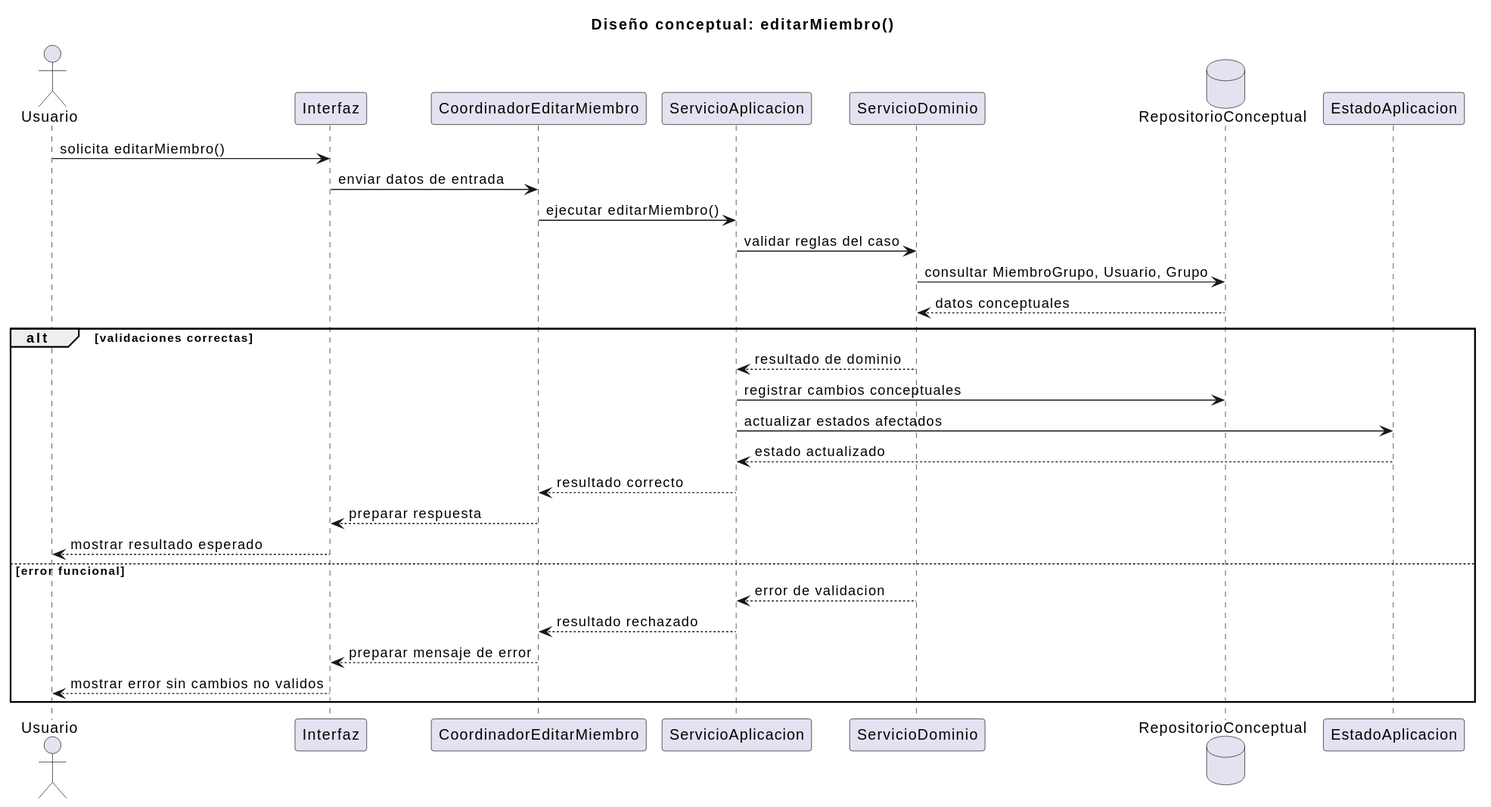
inigovaqueroo04/25-26-idsw2-sdVC keeps this PlantUML diagram as documents/RUP/02-diseño/casos-uso/gestion-grupos/editarMiembro/secuencia.svg. Above is the earlier version.
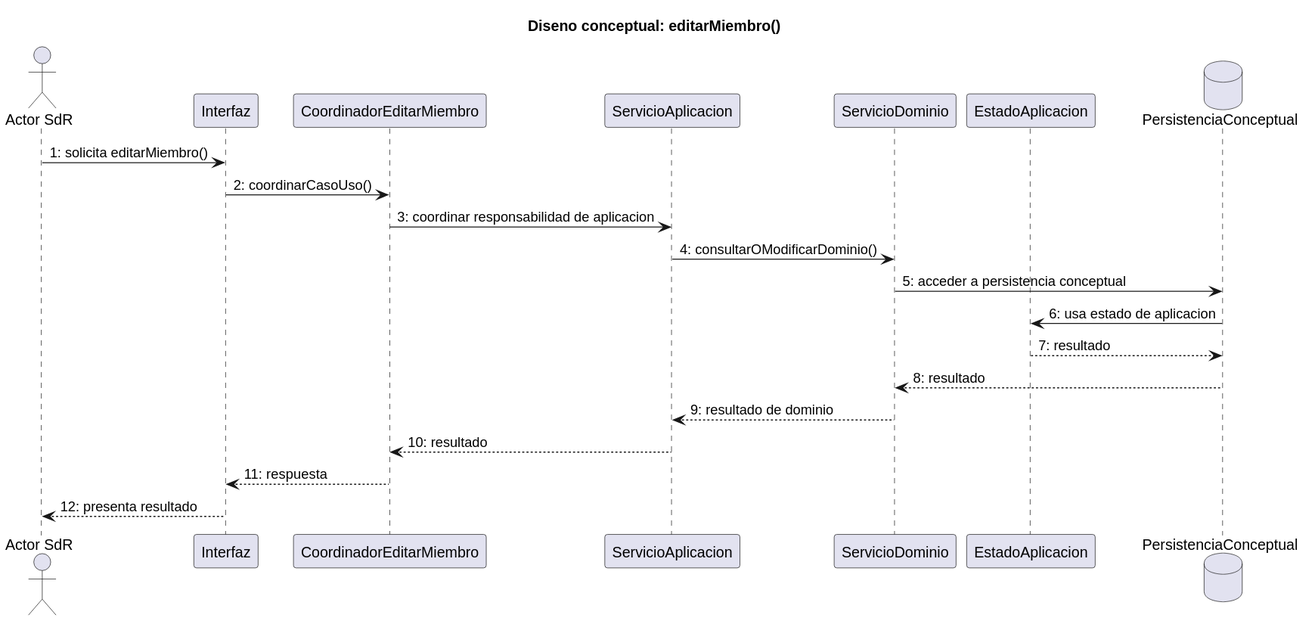
The same file after the commit.

Commit message:
docs: ajustar diseno de editar miembro

What changed in the source:
```diff
@@ -1,33 +1,24 @@
 @startuml
-title Diseño conceptual: editarMiembro()
+title Diseno conceptual: editarMiembro()
 
-actor "Usuario" as Usuario
+actor "Actor SdR" as Actor
 participant "Interfaz" as Interfaz
 participant "CoordinadorEditarMiembro" as Coordinador
 participant "ServicioAplicacion" as ServicioAplicacion
 participant "ServicioDominio" as ServicioDominio
-database "RepositorioConceptual" as Repositorio
 participant "EstadoAplicacion" as EstadoAplicacion
+database "PersistenciaConceptual" as Persistencia
 
-Usuario -> Interfaz : solicita editarMiembro()
-Interfaz -> Coordinador : enviar datos de entrada
-Coordinador -> ServicioAplicacion : ejecutar editarMiembro()
-ServicioAplicacion -> ServicioDominio : validar reglas del caso
-ServicioDominio -> Repositorio : consultar MiembroGrupo, Usuario, Grupo
-Repositorio --> ServicioDominio : datos conceptuales
-
-alt validaciones correctas
-  ServicioDominio --> ServicioAplicacion : resultado de dominio
-  ServicioAplicacion -> Repositorio : registrar cambios conceptuales
-  ServicioAplicacion -> EstadoAplicacion : actualizar estados afectados
-  EstadoAplicacion --> ServicioAplicacion : estado actualizado
-  ServicioAplicacion --> Coordinador : resultado correcto
-  Coordinador --> Interfaz : preparar respuesta
-  Interfaz --> Usuario : mostrar resultado esperado
-else error funcional
-  ServicioDominio --> ServicioAplicacion : error de validacion
-  ServicioAplicacion --> Coordinador : resultado rechazado
-  Coordinador --> Interfaz : preparar mensaje de error
-  Interfaz --> Usuario : mostrar error sin cambios no validos
-end
+Actor -> Interfaz : 1: solicita editarMiembro()
+Interfaz -> Coordinador : 2: coordinarCasoUso()
+Coordinador -> ServicioAplicacion : 3: coordinar responsabilidad de aplicacion
+ServicioAplicacion -> ServicioDominio : 4: consultarOModificarDominio()
+ServicioDominio -> Persistencia : 5: acceder a persistencia conceptual
+Persistencia -> EstadoAplicacion : 6: usa estado de aplicacion
+EstadoAplicacion --> Persistencia : 7: resultado
+Persistencia --> ServicioDominio : 8: resultado
+ServicioDominio --> ServicioAplicacion : 9: resultado de dominio
+ServicioAplicacion --> Coordinador : 10: resultado
+Coordinador --> Interfaz : 11: respuesta
+Interfaz --> Actor : 12: presenta resultado
 @enduml
```
